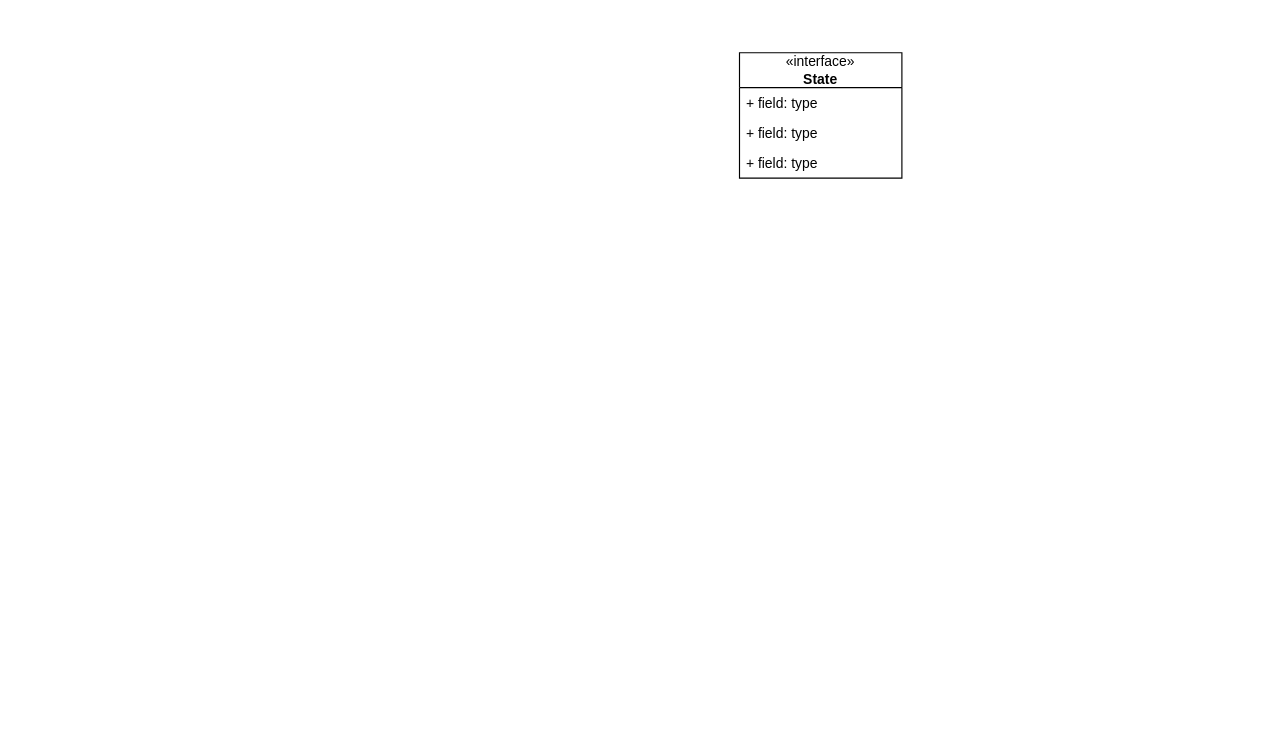
JorgeMartinezSanchez/Diseno_de_software keeps this draw.io diagram as Parcial 1 /Diagrama.drawio. Above is the earlier version. Source tidied: cells renumbered, new cells numbered last; positions are measured from the earlier drawing's top-left corner, leaving out a move shared by most shapes. Both pictures are drawn from the tidied source at 116%, with x=0, y=0 at pixel (739, 52).
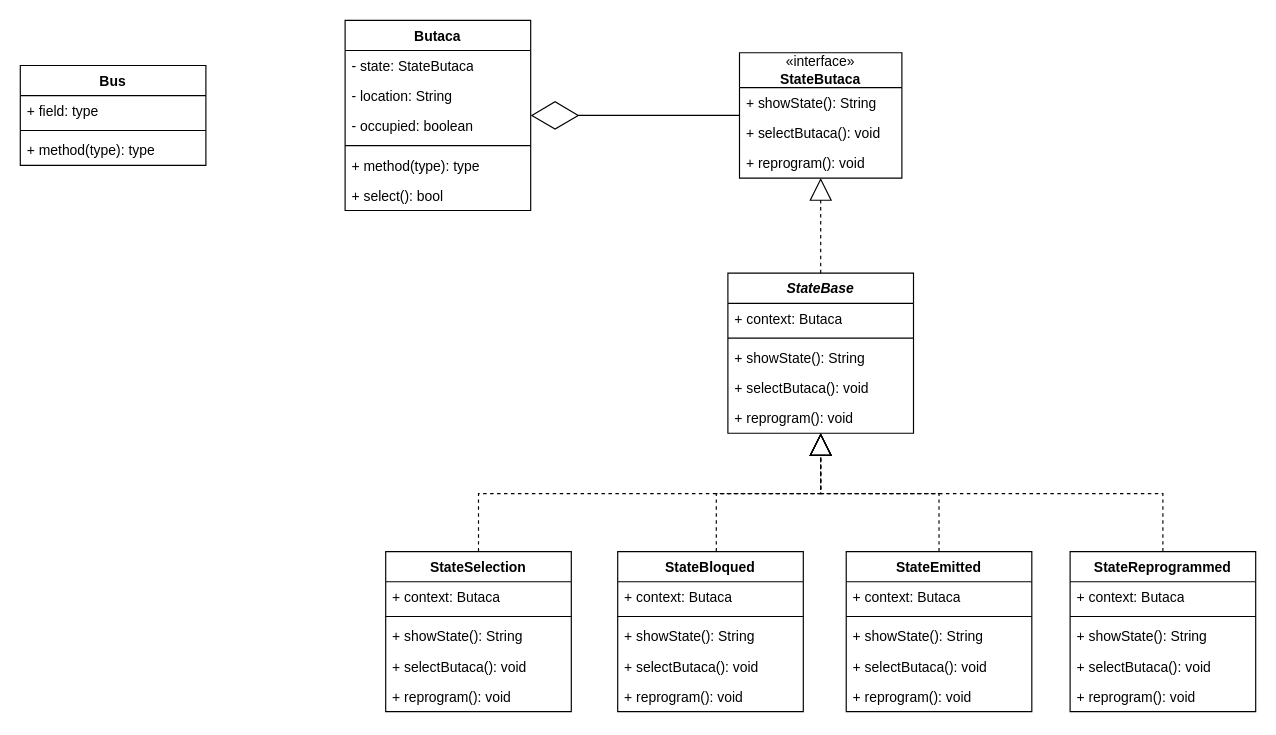
The same diagram, later.

The edit, as a diff of the source:
```diff
@@
-    <mxCell id="2" value="«interface»&lt;br&gt;&lt;b&gt;State&lt;/b&gt;" style="swimlane;fontStyle=0;horizontal=1;startSize=30;fillColor=none;whiteSpace=wrap;html=1;" parent="1" vertex="1">
+    <mxCell id="2" value="«interface»&lt;br&gt;&lt;b&gt;StateButaca&lt;/b&gt;" style="swimlane;fontStyle=0;horizontal=1;startSize=30;fillColor=none;whiteSpace=wrap;html=1;" parent="1" vertex="1">
       <mxGeometry width="140" height="108" as="geometry" />
     </mxCell>
-    <mxCell id="3" value="+ field: type" style="text;strokeColor=none;fillColor=none;align=left;verticalAlign=top;spacingLeft=4;spacingRight=4;overflow=hidden;whiteSpace=wrap;html=1;" parent="2" vertex="1">
+    <mxCell id="3" value="+ showState(): String" style="text;strokeColor=none;fillColor=none;align=left;verticalAlign=top;spacingLeft=4;spacingRight=4;overflow=hidden;whiteSpace=wrap;html=1;" parent="2" vertex="1">
       <mxGeometry y="30" width="140" height="26" as="geometry" />
     </mxCell>
-    <mxCell id="4" value="+ field: type" style="text;strokeColor=none;fillColor=none;align=left;verticalAlign=top;spacingLeft=4;spacingRight=4;overflow=hidden;whiteSpace=wrap;html=1;" parent="2" vertex="1">
+    <mxCell id="4" value="+ selectButaca(): void" style="text;strokeColor=none;fillColor=none;align=left;verticalAlign=top;spacingLeft=4;spacingRight=4;overflow=hidden;whiteSpace=wrap;html=1;" parent="2" vertex="1">
       <mxGeometry y="56" width="140" height="26" as="geometry" />
     </mxCell>
-    <mxCell id="5" value="+ field: type" style="text;strokeColor=none;fillColor=none;align=left;verticalAlign=top;spacingLeft=4;spacingRight=4;overflow=hidden;whiteSpace=wrap;html=1;" parent="2" vertex="1">
+    <mxCell id="5" value="+ reprogram(): void" style="text;strokeColor=none;fillColor=none;align=left;verticalAlign=top;spacingLeft=4;spacingRight=4;overflow=hidden;whiteSpace=wrap;html=1;" parent="2" vertex="1">
       <mxGeometry y="82" width="140" height="26" as="geometry" />
     </mxCell>
+    <mxCell id="6" value="&lt;i&gt;StateBase&lt;/i&gt;" style="swimlane;fontStyle=1;align=center;verticalAlign=top;horizontal=1;startSize=26;whiteSpace=wrap;html=1;" parent="1" vertex="1">
+      <mxGeometry x="-10" y="190" width="160" height="138" as="geometry" />
+    </mxCell>
+    <mxCell id="7" value="+ context: Butaca" style="text;strokeColor=none;fillColor=none;align=left;verticalAlign=top;spacingLeft=4;spacingRight=4;overflow=hidden;whiteSpace=wrap;html=1;" parent="6" vertex="1">
+      <mxGeometry y="26" width="160" height="26" as="geometry" />
+    </mxCell>
+    <mxCell id="8" style="line;strokeWidth=1;fillColor=none;align=left;verticalAlign=middle;spacingTop=-1;spacingLeft=3;spacingRight=3;labelPosition=right;strokeColor=inherit;" parent="6" vertex="1">
+      <mxGeometry y="52" width="160" height="8" as="geometry" />
+    </mxCell>
+    <mxCell id="9" value="+ showState(): String" style="text;strokeColor=none;fillColor=none;align=left;verticalAlign=top;spacingLeft=4;spacingRight=4;overflow=hidden;whiteSpace=wrap;html=1;" parent="6" vertex="1">
+      <mxGeometry y="60" width="160" height="26" as="geometry" />
+    </mxCell>
+    <mxCell id="10" value="+ selectButaca(): void" style="text;strokeColor=none;fillColor=none;align=left;verticalAlign=top;spacingLeft=4;spacingRight=4;overflow=hidden;whiteSpace=wrap;html=1;" parent="6" vertex="1">
+      <mxGeometry y="86" width="160" height="26" as="geometry" />
+    </mxCell>
+    <mxCell id="11" value="+ reprogram(): void" style="text;strokeColor=none;fillColor=none;align=left;verticalAlign=top;spacingLeft=4;spacingRight=4;overflow=hidden;whiteSpace=wrap;html=1;" parent="6" vertex="1">
+      <mxGeometry y="112" width="160" height="26" as="geometry" />
+    </mxCell>
+    <mxCell id="12" value="Butaca" style="swimlane;fontStyle=1;align=center;verticalAlign=top;horizontal=1;startSize=26;whiteSpace=wrap;html=1;" parent="1" vertex="1">
+      <mxGeometry x="-340" y="-28" width="160" height="164" as="geometry" />
+    </mxCell>
+    <mxCell id="13" value="- state: StateButaca" style="text;strokeColor=none;fillColor=none;align=left;verticalAlign=top;spacingLeft=4;spacingRight=4;overflow=hidden;whiteSpace=wrap;html=1;" parent="12" vertex="1">
+      <mxGeometry y="26" width="160" height="26" as="geometry" />
+    </mxCell>
+    <mxCell id="14" value="- location: String" style="text;strokeColor=none;fillColor=none;align=left;verticalAlign=top;spacingLeft=4;spacingRight=4;overflow=hidden;whiteSpace=wrap;html=1;" parent="12" vertex="1">
+      <mxGeometry y="52" width="160" height="26" as="geometry" />
+    </mxCell>
+    <mxCell id="15" value="- occupied: boolean" style="text;strokeColor=none;fillColor=none;align=left;verticalAlign=top;spacingLeft=4;spacingRight=4;overflow=hidden;whiteSpace=wrap;html=1;" parent="12" vertex="1">
+      <mxGeometry y="78" width="160" height="26" as="geometry" />
+    </mxCell>
+    <mxCell id="16" style="line;strokeWidth=1;fillColor=none;align=left;verticalAlign=middle;spacingTop=-1;spacingLeft=3;spacingRight=3;labelPosition=right;strokeColor=inherit;" parent="12" vertex="1">
+      <mxGeometry y="104" width="160" height="8" as="geometry" />
+    </mxCell>
+    <mxCell id="17" value="+ method(type): type" style="text;strokeColor=none;fillColor=none;align=left;verticalAlign=top;spacingLeft=4;spacingRight=4;overflow=hidden;whiteSpace=wrap;html=1;" parent="12" vertex="1">
+      <mxGeometry y="112" width="160" height="26" as="geometry" />
+    </mxCell>
+    <mxCell id="18" value="+ select(): bool" style="text;strokeColor=none;fillColor=none;align=left;verticalAlign=top;spacingLeft=4;spacingRight=4;overflow=hidden;whiteSpace=wrap;html=1;" parent="12" vertex="1">
+      <mxGeometry y="138" width="160" height="26" as="geometry" />
+    </mxCell>
+    <mxCell id="19" style="endArrow=block;dashed=1;endFill=0;endSize=17;html=1;rounded=0;" parent="1" edge="1" source="6" target="2">
+      <mxGeometry relative="1" as="geometry" />
+    </mxCell>
+    <mxCell id="20" value="StateSelection" style="swimlane;fontStyle=1;align=center;verticalAlign=top;horizontal=1;startSize=26;whiteSpace=wrap;html=1;" parent="1" vertex="1">
+      <mxGeometry x="-305" y="430" width="160" height="138" as="geometry" />
+    </mxCell>
+    <mxCell id="21" value="+ context: Butaca" style="text;strokeColor=none;fillColor=none;align=left;verticalAlign=top;spacingLeft=4;spacingRight=4;overflow=hidden;whiteSpace=wrap;html=1;" parent="20" vertex="1">
+      <mxGeometry y="26" width="160" height="26" as="geometry" />
+    </mxCell>
+    <mxCell id="22" style="line;strokeWidth=1;fillColor=none;align=left;verticalAlign=middle;spacingTop=-1;spacingLeft=3;spacingRight=3;labelPosition=right;strokeColor=inherit;" parent="20" vertex="1">
+      <mxGeometry y="52" width="160" height="8" as="geometry" />
+    </mxCell>
+    <mxCell id="23" value="+ showState(): String" style="text;strokeColor=none;fillColor=none;align=left;verticalAlign=top;spacingLeft=4;spacingRight=4;overflow=hidden;whiteSpace=wrap;html=1;" parent="20" vertex="1">
+      <mxGeometry y="60" width="160" height="26" as="geometry" />
+    </mxCell>
+    <mxCell id="24" value="+ selectButaca(): void" style="text;strokeColor=none;fillColor=none;align=left;verticalAlign=top;spacingLeft=4;spacingRight=4;overflow=hidden;whiteSpace=wrap;html=1;" parent="20" vertex="1">
+      <mxGeometry y="86" width="160" height="26" as="geometry" />
+    </mxCell>
+    <mxCell id="25" value="+ reprogram(): void" style="text;strokeColor=none;fillColor=none;align=left;verticalAlign=top;spacingLeft=4;spacingRight=4;overflow=hidden;whiteSpace=wrap;html=1;" parent="20" vertex="1">
+      <mxGeometry y="112" width="160" height="26" as="geometry" />
+    </mxCell>
+    <mxCell id="26" value="StateBloqued" style="swimlane;fontStyle=1;align=center;verticalAlign=top;horizontal=1;startSize=26;whiteSpace=wrap;html=1;" parent="1" vertex="1">
+      <mxGeometry x="-105" y="430" width="160" height="138" as="geometry" />
+    </mxCell>
+    <mxCell id="27" value="+ context: Butaca" style="text;strokeColor=none;fillColor=none;align=left;verticalAlign=top;spacingLeft=4;spacingRight=4;overflow=hidden;whiteSpace=wrap;html=1;" parent="26" vertex="1">
+      <mxGeometry y="26" width="160" height="26" as="geometry" />
+    </mxCell>
+    <mxCell id="28" style="line;strokeWidth=1;fillColor=none;align=left;verticalAlign=middle;spacingTop=-1;spacingLeft=3;spacingRight=3;labelPosition=right;strokeColor=inherit;" parent="26" vertex="1">
+      <mxGeometry y="52" width="160" height="8" as="geometry" />
+    </mxCell>
+    <mxCell id="29" value="+ showState(): String" style="text;strokeColor=none;fillColor=none;align=left;verticalAlign=top;spacingLeft=4;spacingRight=4;overflow=hidden;whiteSpace=wrap;html=1;" parent="26" vertex="1">
+      <mxGeometry y="60" width="160" height="26" as="geometry" />
+    </mxCell>
+    <mxCell id="30" value="+ selectButaca(): void" style="text;strokeColor=none;fillColor=none;align=left;verticalAlign=top;spacingLeft=4;spacingRight=4;overflow=hidden;whiteSpace=wrap;html=1;" parent="26" vertex="1">
+      <mxGeometry y="86" width="160" height="26" as="geometry" />
+    </mxCell>
+    <mxCell id="31" value="+ reprogram(): void" style="text;strokeColor=none;fillColor=none;align=left;verticalAlign=top;spacingLeft=4;spacingRight=4;overflow=hidden;whiteSpace=wrap;html=1;" parent="26" vertex="1">
+      <mxGeometry y="112" width="160" height="26" as="geometry" />
+    </mxCell>
+    <mxCell id="32" value="StateEmitted" style="swimlane;fontStyle=1;align=center;verticalAlign=top;horizontal=1;startSize=26;whiteSpace=wrap;html=1;" parent="1" vertex="1">
+      <mxGeometry x="92" y="430" width="160" height="138" as="geometry" />
+    </mxCell>
+    <mxCell id="33" value="+ context: Butaca" style="text;strokeColor=none;fillColor=none;align=left;verticalAlign=top;spacingLeft=4;spacingRight=4;overflow=hidden;whiteSpace=wrap;html=1;" parent="32" vertex="1">
+      <mxGeometry y="26" width="160" height="26" as="geometry" />
+    </mxCell>
+    <mxCell id="34" style="line;strokeWidth=1;fillColor=none;align=left;verticalAlign=middle;spacingTop=-1;spacingLeft=3;spacingRight=3;labelPosition=right;strokeColor=inherit;" parent="32" vertex="1">
+      <mxGeometry y="52" width="160" height="8" as="geometry" />
+    </mxCell>
+    <mxCell id="35" value="+ showState(): String" style="text;strokeColor=none;fillColor=none;align=left;verticalAlign=top;spacingLeft=4;spacingRight=4;overflow=hidden;whiteSpace=wrap;html=1;" parent="32" vertex="1">
+      <mxGeometry y="60" width="160" height="26" as="geometry" />
+    </mxCell>
+    <mxCell id="36" value="+ selectButaca(): void" style="text;strokeColor=none;fillColor=none;align=left;verticalAlign=top;spacingLeft=4;spacingRight=4;overflow=hidden;whiteSpace=wrap;html=1;" parent="32" vertex="1">
+      <mxGeometry y="86" width="160" height="26" as="geometry" />
+    </mxCell>
+    <mxCell id="37" value="+ reprogram(): void" style="text;strokeColor=none;fillColor=none;align=left;verticalAlign=top;spacingLeft=4;spacingRight=4;overflow=hidden;whiteSpace=wrap;html=1;" parent="32" vertex="1">
+      <mxGeometry y="112" width="160" height="26" as="geometry" />
+    </mxCell>
+    <mxCell id="38" value="StateReprogrammed" style="swimlane;fontStyle=1;align=center;verticalAlign=top;horizontal=1;startSize=26;whiteSpace=wrap;html=1;" parent="1" vertex="1">
+      <mxGeometry x="285" y="430" width="160" height="138" as="geometry" />
+    </mxCell>
+    <mxCell id="39" value="+ context: Butaca" style="text;strokeColor=none;fillColor=none;align=left;verticalAlign=top;spacingLeft=4;spacingRight=4;overflow=hidden;whiteSpace=wrap;html=1;" parent="38" vertex="1">
+      <mxGeometry y="26" width="160" height="26" as="geometry" />
+    </mxCell>
+    <mxCell id="40" style="line;strokeWidth=1;fillColor=none;align=left;verticalAlign=middle;spacingTop=-1;spacingLeft=3;spacingRight=3;labelPosition=right;strokeColor=inherit;" parent="38" vertex="1">
+      <mxGeometry y="52" width="160" height="8" as="geometry" />
+    </mxCell>
+    <mxCell id="41" value="+ showState(): String" style="text;strokeColor=none;fillColor=none;align=left;verticalAlign=top;spacingLeft=4;spacingRight=4;overflow=hidden;whiteSpace=wrap;html=1;" parent="38" vertex="1">
+      <mxGeometry y="60" width="160" height="26" as="geometry" />
+    </mxCell>
+    <mxCell id="42" value="+ selectButaca(): void" style="text;strokeColor=none;fillColor=none;align=left;verticalAlign=top;spacingLeft=4;spacingRight=4;overflow=hidden;whiteSpace=wrap;html=1;" parent="38" vertex="1">
+      <mxGeometry y="86" width="160" height="26" as="geometry" />
+    </mxCell>
+    <mxCell id="43" value="+ reprogram(): void" style="text;strokeColor=none;fillColor=none;align=left;verticalAlign=top;spacingLeft=4;spacingRight=4;overflow=hidden;whiteSpace=wrap;html=1;" parent="38" vertex="1">
+      <mxGeometry y="112" width="160" height="26" as="geometry" />
+    </mxCell>
+    <mxCell id="44" style="endArrow=block;dashed=1;endFill=0;endSize=17;html=1;rounded=0;edgeStyle=orthogonalEdgeStyle;" parent="1" edge="1" source="20" target="6">
+      <mxGeometry relative="1" as="geometry">
+        <Array as="points">
+          <mxPoint x="-225" y="380" />
+          <mxPoint x="70" y="380" />
+        </Array>
+      </mxGeometry>
+    </mxCell>
+    <mxCell id="45" style="endArrow=block;dashed=1;endFill=0;endSize=17;html=1;rounded=0;edgeStyle=orthogonalEdgeStyle;" parent="1" edge="1" source="26" target="6">
+      <mxGeometry relative="1" as="geometry">
+        <Array as="points">
+          <mxPoint x="-20" y="380" />
+          <mxPoint x="70" y="380" />
+        </Array>
+      </mxGeometry>
+    </mxCell>
+    <mxCell id="46" style="endArrow=block;dashed=1;endFill=0;endSize=17;html=1;rounded=0;edgeStyle=orthogonalEdgeStyle;" parent="1" edge="1" source="32" target="6">
+      <mxGeometry relative="1" as="geometry">
+        <Array as="points">
+          <mxPoint x="172" y="380" />
+          <mxPoint x="70" y="380" />
+        </Array>
+      </mxGeometry>
+    </mxCell>
+    <mxCell id="47" style="endArrow=block;dashed=1;endFill=0;endSize=17;html=1;rounded=0;edgeStyle=orthogonalEdgeStyle;" parent="1" edge="1" source="38" target="6">
+      <mxGeometry relative="1" as="geometry">
+        <Array as="points">
+          <mxPoint x="365" y="380" />
+          <mxPoint x="70" y="380" />
+        </Array>
+      </mxGeometry>
+    </mxCell>
+    <mxCell id="48" style="endArrow=diamondThin;endFill=0;endSize=39;html=1;rounded=0;edgeStyle=orthogonalEdgeStyle;" parent="1" edge="1" source="2" target="12">
+      <mxGeometry relative="1" as="geometry" />
+    </mxCell>
+    <mxCell id="49" value="Bus" style="swimlane;fontStyle=1;align=center;verticalAlign=top;horizontal=1;startSize=26;whiteSpace=wrap;html=1;" parent="1" vertex="1">
+      <mxGeometry x="-620" y="11" width="160" height="86" as="geometry" />
+    </mxCell>
+    <mxCell id="50" value="+ field: type" style="text;strokeColor=none;fillColor=none;align=left;verticalAlign=top;spacingLeft=4;spacingRight=4;overflow=hidden;whiteSpace=wrap;html=1;" parent="49" vertex="1">
+      <mxGeometry y="26" width="160" height="26" as="geometry" />
+    </mxCell>
+    <mxCell id="51" style="line;strokeWidth=1;fillColor=none;align=left;verticalAlign=middle;spacingTop=-1;spacingLeft=3;spacingRight=3;labelPosition=right;strokeColor=inherit;" parent="49" vertex="1">
+      <mxGeometry y="52" width="160" height="8" as="geometry" />
+    </mxCell>
+    <mxCell id="52" value="+ method(type): type" style="text;strokeColor=none;fillColor=none;align=left;verticalAlign=top;spacingLeft=4;spacingRight=4;overflow=hidden;whiteSpace=wrap;html=1;" parent="49" vertex="1">
+      <mxGeometry y="60" width="160" height="26" as="geometry" />
+    </mxCell>
```
